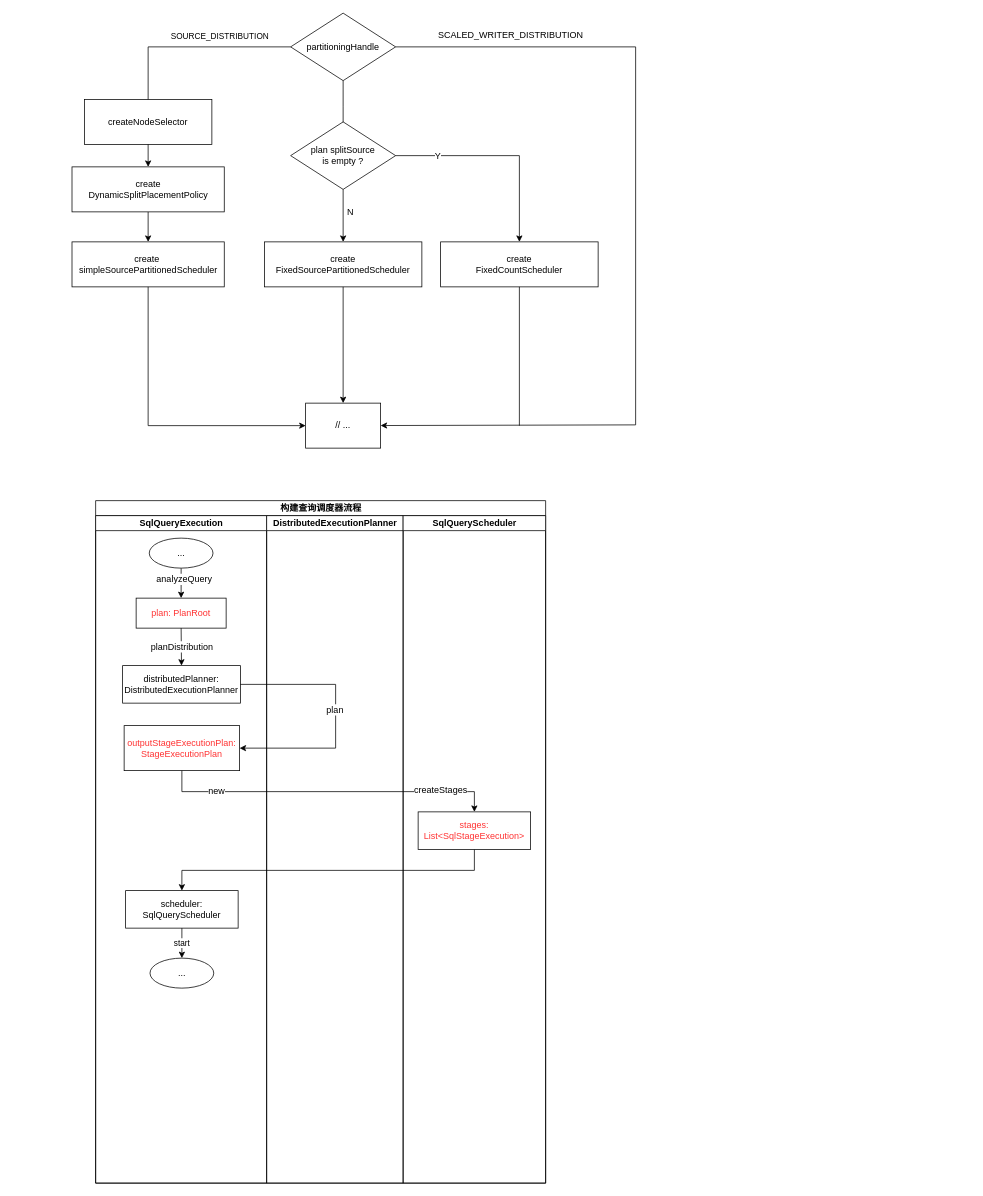
Earlier version of the draw.io diagram prestoSchedulerCreateStage.drawio (chuanjian666/drawio). Source tidied: cells renumbered, new cells numbered last; positions are measured from the earlier drawing's top-left corner, leaving out a move shared by most shapes. Both pictures are drawn from the tidied source at 75%, with x=0, y=0 at pixel (71, 13).
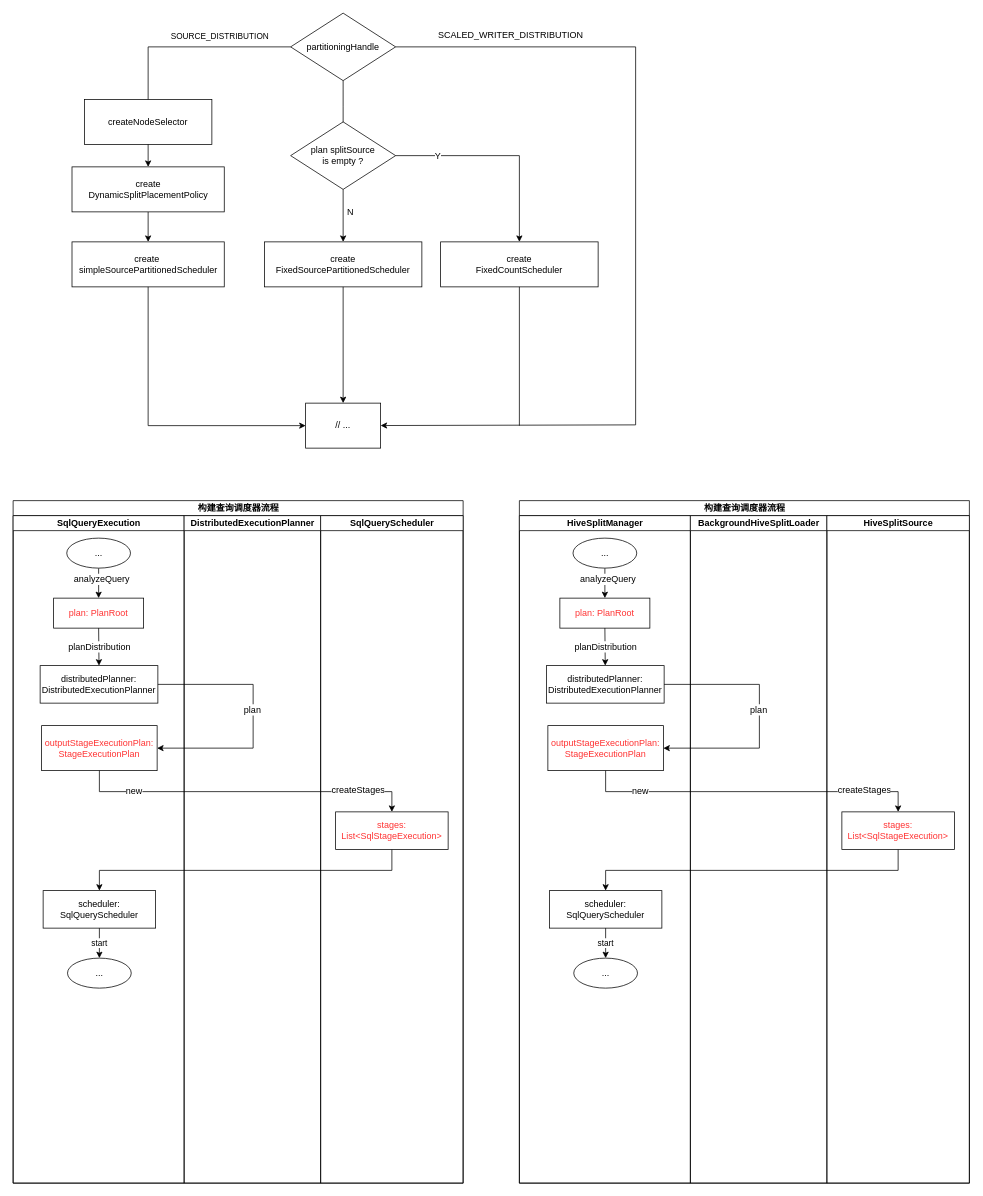
After the change.

The edit, as a diff of the source:
```diff
@@
     <mxCell id="23" value="构建查询调度器流程" style="swimlane;html=1;startSize=20;" parent="1" vertex="1">
-      <mxGeometry x="32" y="650" width="600" height="910" as="geometry" />
+      <mxGeometry x="-78" y="650" width="600" height="910" as="geometry" />
     </mxCell>
@@
+    <mxCell id="47" value="构建查询调度器流程" style="swimlane;html=1;startSize=20;" parent="1" vertex="1">
+      <mxGeometry x="597" y="650" width="600" height="910" as="geometry" />
+    </mxCell>
+    <mxCell id="48" style="edgeStyle=elbowEdgeStyle;elbow=vertical;startArrow=none;endArrow=classic;rounded=0;exitX=0.5;exitY=1;exitDx=0;exitDy=0;endFill=1;" parent="47" edge="1" source="67" target="62">
+      <mxGeometry relative="1" as="geometry" />
+    </mxCell>
+    <mxCell id="49" value="HiveSplitManager" style="swimlane;html=1;startSize=20;" parent="47" vertex="1">
+      <mxGeometry y="20" width="228" height="890" as="geometry" />
+    </mxCell>
+    <mxCell id="50" value="plan: PlanRoot" style="whiteSpace=wrap;html=1;align=center;labelBackgroundColor=none;fontColor=#FF3333;" parent="49" vertex="1">
+      <mxGeometry x="54" y="110" width="120" height="40" as="geometry" />
+    </mxCell>
+    <mxCell id="51" style="endArrow=classic;html=1;entryX=0.5;entryY=0;entryDx=0;entryDy=0;" parent="49" edge="1" target="50">
+      <mxGeometry relative="1" as="geometry">
+        <mxPoint x="114" y="70" as="sourcePoint" />
+      </mxGeometry>
+    </mxCell>
+    <mxCell id="52" value="analyzeQuery" style="text;html=1;align=center;verticalAlign=middle;labelBackgroundColor=#ffffff;" parent="51" vertex="1">
+      <mxGeometry x="-0.28" y="3" relative="1" as="geometry" />
+    </mxCell>
+    <mxCell id="53" value="..." style="ellipse;whiteSpace=wrap;html=1;" parent="49" vertex="1">
+      <mxGeometry x="71.5" y="30" width="85" height="40" as="geometry" />
+    </mxCell>
+    <mxCell id="54" value="distributedPlanner:&lt;br&gt;DistributedExecutionPlanner" style="whiteSpace=wrap;html=1;align=center;" parent="49" vertex="1">
+      <mxGeometry x="36" y="200" width="157" height="50" as="geometry" />
+    </mxCell>
+    <mxCell id="55" style="endArrow=classic;html=1;exitX=0.5;exitY=1;exitDx=0;exitDy=0;entryX=0.5;entryY=0;entryDx=0;entryDy=0;" parent="49" edge="1" source="50" target="54">
+      <mxGeometry relative="1" as="geometry" />
+    </mxCell>
+    <mxCell id="56" value="planDistribution" style="text;html=1;align=center;verticalAlign=middle;labelBackgroundColor=#ffffff;" parent="55" vertex="1">
+      <mxGeometry x="-0.28" y="3" relative="1" as="geometry">
+        <mxPoint x="-3" y="7" as="offset" />
+      </mxGeometry>
+    </mxCell>
+    <mxCell id="57" value="outputStageExecutionPlan:&lt;br&gt;StageExecutionPlan" style="whiteSpace=wrap;html=1;align=center;verticalAlign=middle;fontColor=#FF3333;" parent="49" vertex="1">
+      <mxGeometry x="38" y="280" width="154" height="60" as="geometry" />
+    </mxCell>
+    <mxCell id="58" style="edgeStyle=elbowEdgeStyle;elbow=vertical;startArrow=none;endArrow=classic;rounded=0;endFill=1;exitX=1;exitY=0.5;exitDx=0;exitDy=0;entryX=1;entryY=0.5;entryDx=0;entryDy=0;" parent="49" edge="1" source="54" target="57">
+      <mxGeometry relative="1" as="geometry">
+        <Array as="points">
+          <mxPoint x="320" y="350" />
+          <mxPoint x="170" y="270" />
+          <mxPoint x="330" y="300" />
+          <mxPoint x="130" y="280" />
+          <mxPoint x="250" y="290" />
+          <mxPoint x="300" y="270" />
+          <mxPoint x="350" y="310" />
+          <mxPoint x="140" y="310" />
+          <mxPoint x="210" y="400" />
+        </Array>
+      </mxGeometry>
+    </mxCell>
+    <mxCell id="59" style="text;html=1;align=center;verticalAlign=middle;labelBackgroundColor=#ffffff;" parent="58" vertex="1">
+      <mxGeometry x="0.42" relative="1" as="geometry" />
+    </mxCell>
+    <mxCell id="60" value="&lt;span style=&quot;font-family: &amp;#34;helvetica&amp;#34; , &amp;#34;arial&amp;#34; , sans-serif ; font-size: 0px ; background-color: rgb(248 , 249 , 250)&quot;&gt;%3CmxGraphModel%3E%3Croot%3E%3CmxCell%20id%3D%220%22%2F%3E%3CmxCell%20id%3D%221%22%20parent%3D%220%22%2F%3E%3CmxCell%20id%3D%222%22%20value%3D%22plan%22%20style%3D%22text%3Bhtml%3D1%3Bresizable%3D0%3Bpoints%3D%5B%5D%3Balign%3Dcenter%3BverticalAlign%3Dmiddle%3BlabelBackgroundColor%3D%23ffffff%3B%22%20vertex%3D%221%22%20connectable%3D%220%22%20parent%3D%221%22%3E%3CmxGeometry%20x%3D%22425%22%20y%3D%221250%22%20as%3D%22geometry%22%3E%3CmxPoint%20as%3D%22offset%22%2F%3E%3C%2FmxGeometry%3E%3C%2FmxCell%3E%3C%2Froot%3E%3C%2FmxGraphModel%3Eplan&lt;br&gt;&lt;br&gt;&lt;/span&gt;" style="text;html=1;align=center;verticalAlign=middle;labelBackgroundColor=#ffffff;" parent="58" vertex="1">
+      <mxGeometry x="-0.04" relative="1" as="geometry" />
+    </mxCell>
+    <mxCell id="61" value="plan" style="text;html=1;align=center;verticalAlign=middle;labelBackgroundColor=#ffffff;" parent="58" vertex="1">
+      <mxGeometry x="-0.06" y="-2" relative="1" as="geometry" />
+    </mxCell>
+    <mxCell id="62" value="scheduler:&lt;br&gt;SqlQueryScheduler" style="whiteSpace=wrap;html=1;align=center;verticalAlign=middle;" parent="49" vertex="1">
+      <mxGeometry x="40" y="500" width="150" height="50" as="geometry" />
+    </mxCell>
+    <mxCell id="63" value="..." style="ellipse;whiteSpace=wrap;html=1;" parent="49" vertex="1">
+      <mxGeometry x="72.5" y="590" width="85" height="40" as="geometry" />
+    </mxCell>
+    <mxCell id="64" value="start" style="endArrow=classic;html=1;exitX=0.5;exitY=1;exitDx=0;exitDy=0;entryX=0.5;entryY=0;entryDx=0;entryDy=0;" parent="49" edge="1" source="62" target="63">
+      <mxGeometry relative="1" as="geometry" />
+    </mxCell>
+    <mxCell id="65" value="BackgroundHiveSplitLoader" style="swimlane;html=1;startSize=20;" parent="47" vertex="1">
+      <mxGeometry x="228" y="20" width="182" height="890" as="geometry" />
+    </mxCell>
+    <mxCell id="66" value="HiveSplitSource" style="swimlane;html=1;startSize=20;" parent="47" vertex="1">
+      <mxGeometry x="410" y="20" width="190" height="890" as="geometry" />
+    </mxCell>
+    <mxCell id="67" value="stages:&lt;br&gt;List&amp;lt;SqlStageExecution&amp;gt;" style="whiteSpace=wrap;html=1;align=center;verticalAlign=middle;fontColor=#FF3333;" parent="66" vertex="1">
+      <mxGeometry x="20" y="395" width="150" height="50" as="geometry" />
+    </mxCell>
+    <mxCell id="68" style="edgeStyle=elbowEdgeStyle;elbow=vertical;startArrow=none;endArrow=classic;rounded=0;exitX=0.5;exitY=1;exitDx=0;exitDy=0;endFill=1;" parent="47" edge="1" source="57" target="67">
+      <mxGeometry relative="1" as="geometry" />
+    </mxCell>
+    <mxCell id="69" value="createStages" style="text;html=1;align=center;verticalAlign=middle;labelBackgroundColor=#ffffff;" parent="68" vertex="1">
+      <mxGeometry x="0.67" y="3" relative="1" as="geometry" />
+    </mxCell>
+    <mxCell id="70" value="new" style="text;html=1;align=center;verticalAlign=middle;labelBackgroundColor=#ffffff;" parent="68" vertex="1">
+      <mxGeometry x="-0.67" y="1" relative="1" as="geometry" />
+    </mxCell>
```
